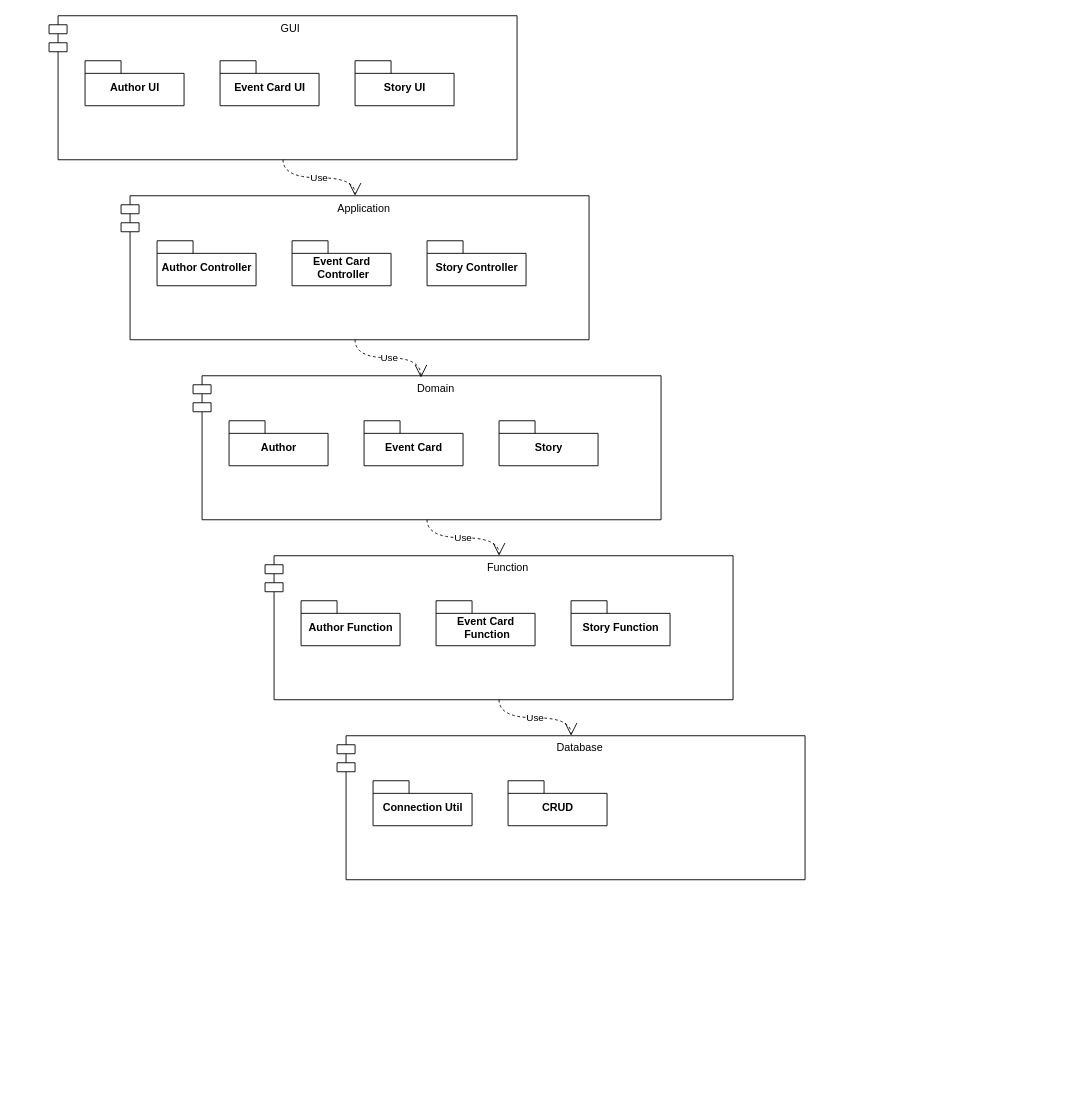
Fei-D20/D20_2nd_semester_final_exam_project keeps this draw.io diagram as Document/Diagram/Architectures.drawio. Above is the earlier version. Source tidied: cells renumbered, new cells numbered last; positions are measured from the earlier drawing's top-left corner, leaving out a move shared by most shapes. Both pictures are drawn from the tidied source at 90%, with x=0, y=0 at pixel (49, 15).
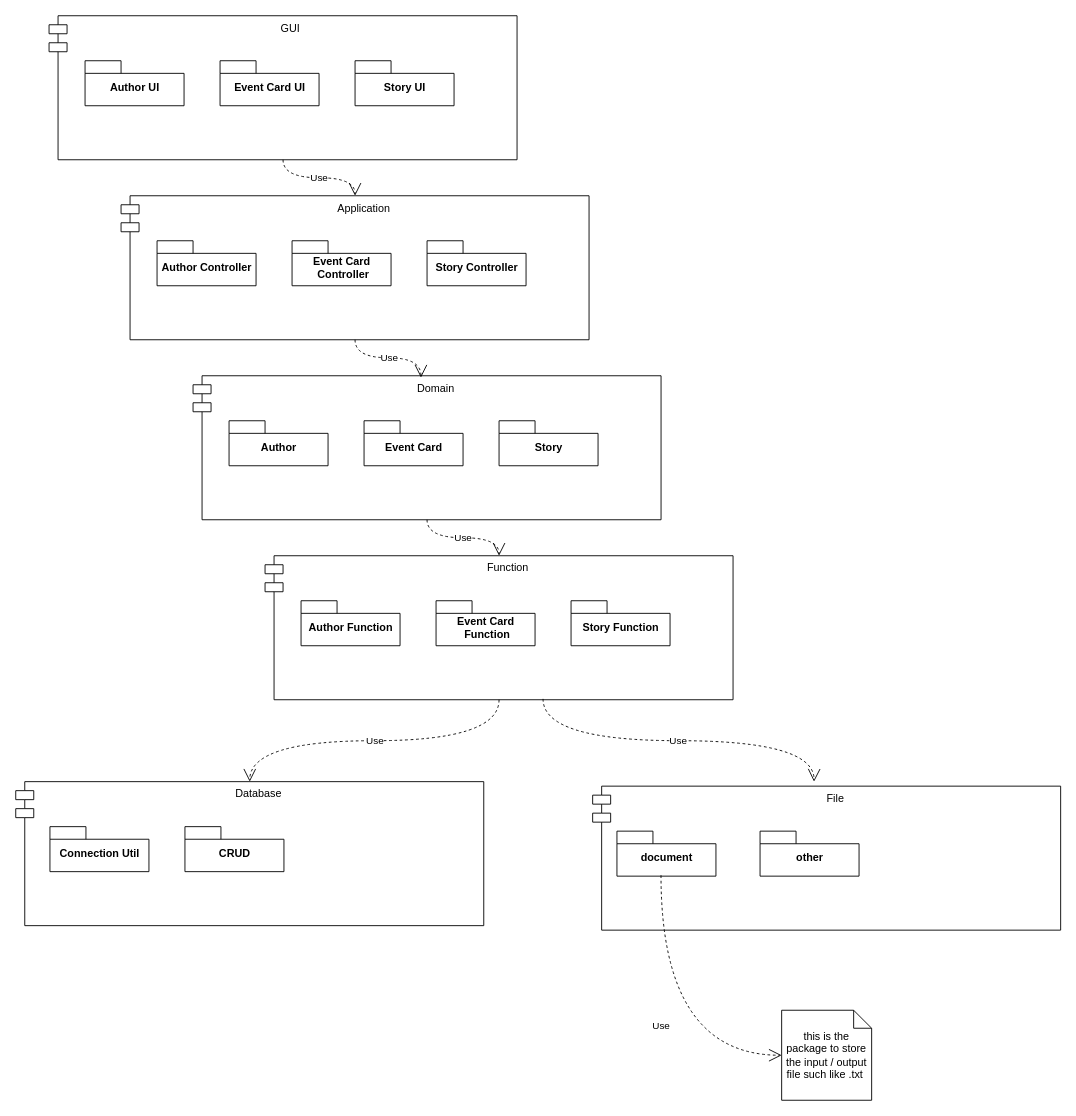
Above is the later version.

The change refers to these unchanged cells:
```xml
<mxCell id="14" value="Function" style="shape=module;align=left;spacingLeft=20;align=center;verticalAlign=top;" parent="1" vertex="1">
  <mxGeometry x="240" y="600" width="520" height="160" as="geometry" />
</mxCell>
```

Diff of the diagram source:
```diff
@@
     <mxCell id="18" value="Database" style="shape=module;align=left;spacingLeft=20;align=center;verticalAlign=top;" parent="1" vertex="1">
-      <mxGeometry x="320" y="800" width="520" height="160" as="geometry" />
+      <mxGeometry x="-37" y="851" width="520" height="160" as="geometry" />
     </mxCell>
     <mxCell id="19" value="Connection Util" style="shape=folder;fontStyle=1;spacingTop=10;tabWidth=40;tabHeight=14;tabPosition=left;html=1;" parent="1" vertex="1">
-      <mxGeometry x="360" y="850" width="110" height="50" as="geometry" />
+      <mxGeometry x="1" y="901" width="110" height="50" as="geometry" />
     </mxCell>
     <mxCell id="20" value="CRUD" style="shape=folder;fontStyle=1;spacingTop=10;tabWidth=40;tabHeight=14;tabPosition=left;html=1;" parent="1" vertex="1">
-      <mxGeometry x="510" y="850" width="110" height="50" as="geometry" />
+      <mxGeometry x="151" y="901" width="110" height="50" as="geometry" />
     </mxCell>
@@
+    <mxCell id="25" value="File" style="shape=module;align=left;spacingLeft=20;align=center;verticalAlign=top;" parent="1" vertex="1">
+      <mxGeometry x="604" y="856" width="520" height="160" as="geometry" />
+    </mxCell>
+    <mxCell id="26" value="Use" style="endArrow=open;endSize=12;dashed=1;html=1;edgeStyle=orthogonalEdgeStyle;curved=1;exitX=0.594;exitY=0.994;exitDx=0;exitDy=0;exitPerimeter=0;" parent="1" edge="1" source="14">
+      <mxGeometry relative="1" as="geometry">
+        <mxPoint x="850" y="851" as="targetPoint" />
+      </mxGeometry>
+    </mxCell>
+    <mxCell id="27" value="other" style="shape=folder;fontStyle=1;spacingTop=10;tabWidth=40;tabHeight=14;tabPosition=left;html=1;" parent="1" vertex="1">
+      <mxGeometry x="790" y="906" width="110" height="50" as="geometry" />
+    </mxCell>
+    <mxCell id="28" value="document" style="shape=folder;fontStyle=1;spacingTop=10;tabWidth=40;tabHeight=14;tabPosition=left;html=1;" parent="1" vertex="1">
+      <mxGeometry x="631" y="906" width="110" height="50" as="geometry" />
+    </mxCell>
+    <mxCell id="29" value="this is the package to store the input / output file such like .txt&amp;nbsp;" style="shape=note;size=20;whiteSpace=wrap;html=1;" parent="1" vertex="1">
+      <mxGeometry x="814" y="1105" width="100" height="100" as="geometry" />
+    </mxCell>
+    <mxCell id="30" value="Use" style="endArrow=open;endSize=12;dashed=1;html=1;edgeStyle=orthogonalEdgeStyle;curved=1;exitX=0.445;exitY=0.98;exitDx=0;exitDy=0;exitPerimeter=0;entryX=0;entryY=0.5;entryDx=0;entryDy=0;entryPerimeter=0;" parent="1" edge="1" source="28" target="29">
+      <mxGeometry relative="1" as="geometry" />
+    </mxCell>
```
